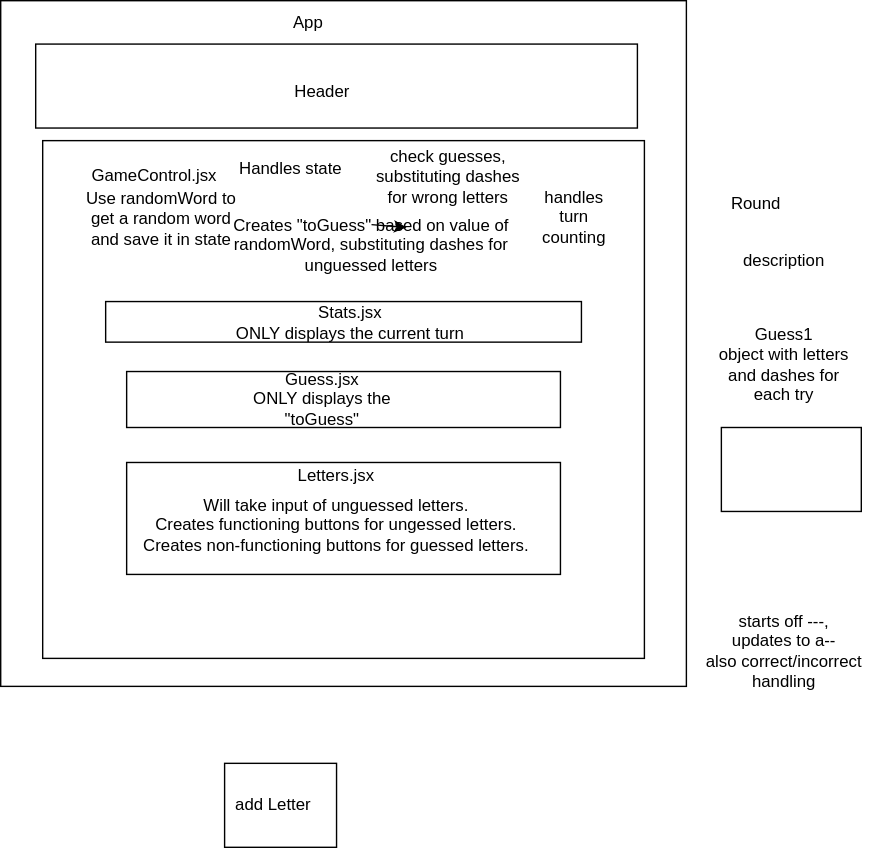
The draw.io diagram diagram.drawio.svg in ChrisRDavila/redux-word-puzzle, before a commit. Source tidied: cells renumbered, new cells last; positions are measured from the earlier drawing's top-left corner, leaving out a move shared by most shapes.
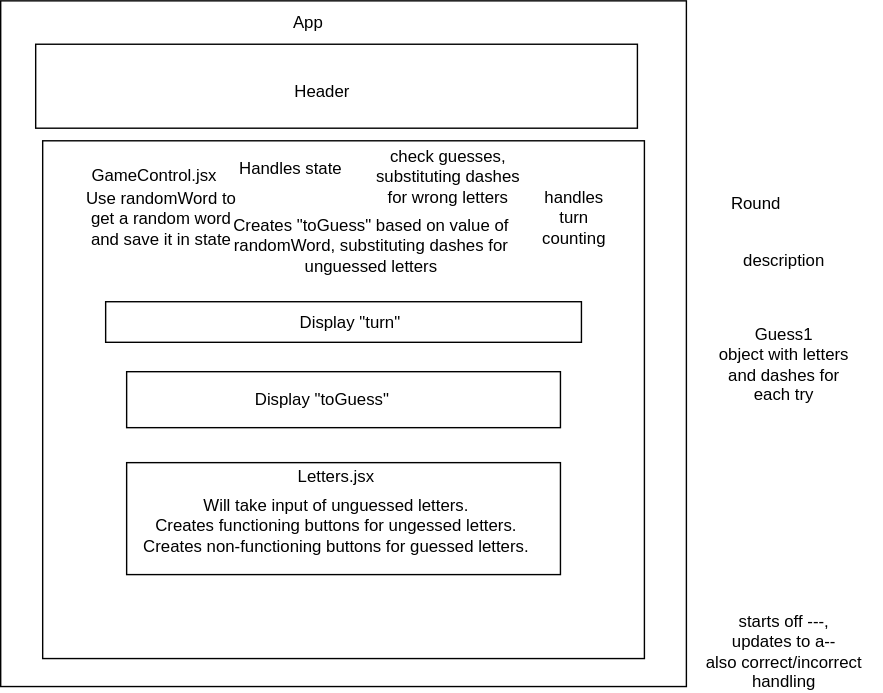
After the commit.

Diff of the diagram source:
```diff
@@ -23,18 +23,9 @@
     <mxCell id="8" value="Round" style="text;html=1;strokeColor=none;fillColor=none;align=center;verticalAlign=middle;whiteSpace=wrap;rounded=0;" parent="1" vertex="1">
       <mxGeometry x="510" y="130" width="60" height="30" as="geometry" />
     </mxCell>
-    <mxCell id="9" style="rounded=0;whiteSpace=wrap;html=1;" parent="1" vertex="1">
-      <mxGeometry x="515" y="305" width="100" height="60" as="geometry" />
-    </mxCell>
     <mxCell id="10" value="Guess1&lt;br&gt;object with letters and dashes for each try" style="text;html=1;strokeColor=none;fillColor=none;align=center;verticalAlign=middle;whiteSpace=wrap;rounded=0;" parent="1" vertex="1">
       <mxGeometry x="505" y="245" width="110" height="30" as="geometry" />
     </mxCell>
-    <mxCell id="11" style="rounded=0;whiteSpace=wrap;html=1;" parent="1" vertex="1">
-      <mxGeometry x="160" y="545" width="80" height="60" as="geometry" />
-    </mxCell>
-    <mxCell id="12" value="add Letter" style="text;html=1;strokeColor=none;fillColor=none;align=center;verticalAlign=middle;whiteSpace=wrap;rounded=0;" parent="1" vertex="1">
-      <mxGeometry x="155" y="560" width="80" height="30" as="geometry" />
-    </mxCell>
     <mxCell id="13" value="starts off ---,&lt;br&gt;updates to a--&lt;br&gt;also correct/incorrect&lt;br&gt;handling" style="text;html=1;strokeColor=none;fillColor=none;align=center;verticalAlign=middle;whiteSpace=wrap;rounded=0;" parent="1" vertex="1">
       <mxGeometry x="490" y="450" width="140" height="30" as="geometry" />
     </mxCell>
@@ -44,13 +35,13 @@
     <mxCell id="15" style="rounded=0;whiteSpace=wrap;html=1;" parent="1" vertex="1">
       <mxGeometry x="75" y="215" width="340" height="29" as="geometry" />
     </mxCell>
-    <mxCell id="16" value="Stats.jsx&lt;br&gt;ONLY displays the current turn" style="text;html=1;strokeColor=none;fillColor=none;align=center;verticalAlign=middle;whiteSpace=wrap;rounded=0;" parent="1" vertex="1">
+    <mxCell id="16" value="Display &quot;turn&quot;" style="text;html=1;strokeColor=none;fillColor=none;align=center;verticalAlign=middle;whiteSpace=wrap;rounded=0;" parent="1" vertex="1">
       <mxGeometry x="155" y="215" width="190" height="30" as="geometry" />
     </mxCell>
     <mxCell id="17" style="rounded=0;whiteSpace=wrap;html=1;" parent="1" vertex="1">
       <mxGeometry x="90" y="265" width="310" height="40" as="geometry" />
     </mxCell>
-    <mxCell id="18" value="Guess.jsx&lt;br&gt;ONLY displays the &quot;toGuess&quot;" style="text;html=1;strokeColor=none;fillColor=none;align=center;verticalAlign=middle;whiteSpace=wrap;rounded=0;" parent="1" vertex="1">
+    <mxCell id="18" value="Display &quot;toGuess&quot;" style="text;html=1;strokeColor=none;fillColor=none;align=center;verticalAlign=middle;whiteSpace=wrap;rounded=0;" parent="1" vertex="1">
       <mxGeometry x="155" y="282.5" width="150" height="5" as="geometry" />
     </mxCell>
     <mxCell id="19" style="rounded=0;whiteSpace=wrap;html=1;" parent="1" vertex="1">
@@ -77,8 +68,5 @@
     <mxCell id="26" value="Creates &quot;toGuess&quot; based on value of randomWord, substituting dashes for unguessed letters" style="text;html=1;strokeColor=none;fillColor=none;align=center;verticalAlign=middle;whiteSpace=wrap;rounded=0;" parent="1" vertex="1">
       <mxGeometry x="165" y="160" width="200" height="30" as="geometry" />
     </mxCell>
-    <mxCell id="27" style="edgeStyle=none;html=1;exitX=0.5;exitY=0;exitDx=0;exitDy=0;entryX=0.625;entryY=0.067;entryDx=0;entryDy=0;entryPerimeter=0;" parent="1" edge="1" source="26" target="26">
-      <mxGeometry relative="1" as="geometry" />
-    </mxCell>
   </root>
 </mxGraphModel>
```
